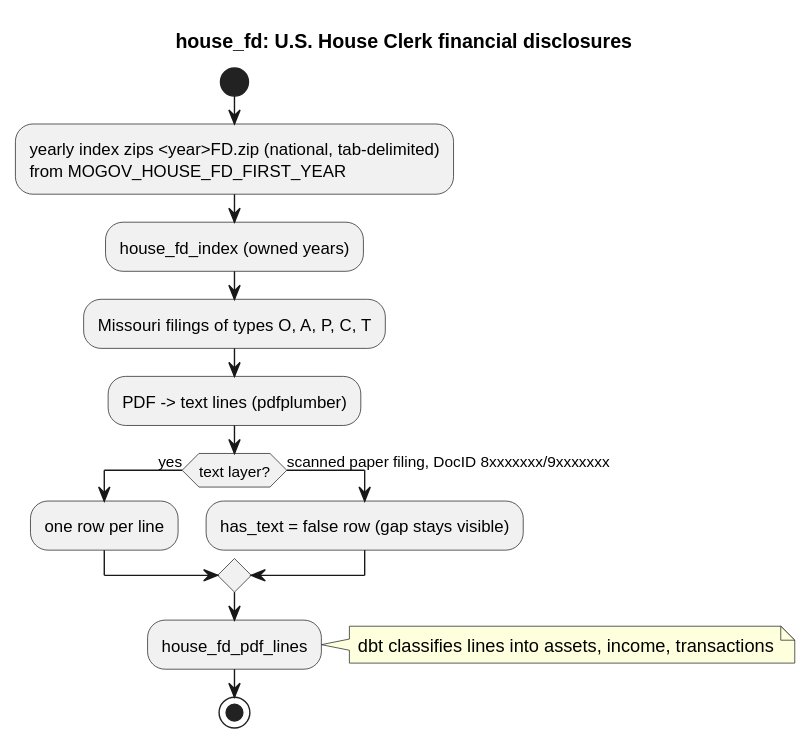
This is docs/diagrams/sources/house_fd.svg from akettmann/missouri_gov_feed, a PlantUML export, as it was before one commit. Its source is kept beside it as docs/diagrams/sources/house_fd.puml. Source of this version:
```plantuml
@startuml house_fd
title house_fd: U.S. House Clerk financial disclosures
start
:yearly index zips <year>FD.zip (national, tab-delimited)
from MOGOV_HOUSE_FD_FIRST_YEAR;
:house_fd_index (owned years);
:Missouri filings of types O, A, P, C, T;
:PDF -> text lines (pdfplumber);
if (text layer?) then (yes)
  :one row per line;
else (scanned paper filing, DocID 8xxxxxxx/9xxxxxxx)
  :has_text = false row (gap stays visible);
endif
:house_fd_pdf_lines;
note right: dbt classifies lines into assets, income, transactions
stop
@enduml
```
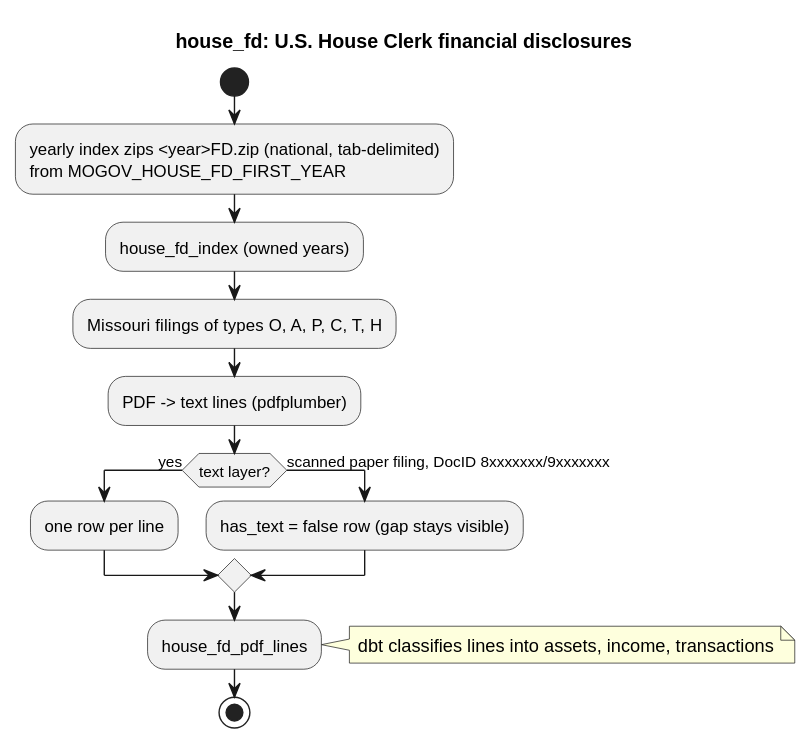
After the change.

Commit message:
house_fd: describe H as the New Filer Report, add H to diagram (#559)

Change to the diagram source:
```diff
@@ -4,7 +4,7 @@
 :yearly index zips <year>FD.zip (national, tab-delimited)
 from MOGOV_HOUSE_FD_FIRST_YEAR;
 :house_fd_index (owned years);
-:Missouri filings of types O, A, P, C, T;
+:Missouri filings of types O, A, P, C, T, H;
 :PDF -> text lines (pdfplumber);
 if (text layer?) then (yes)
   :one row per line;
```
